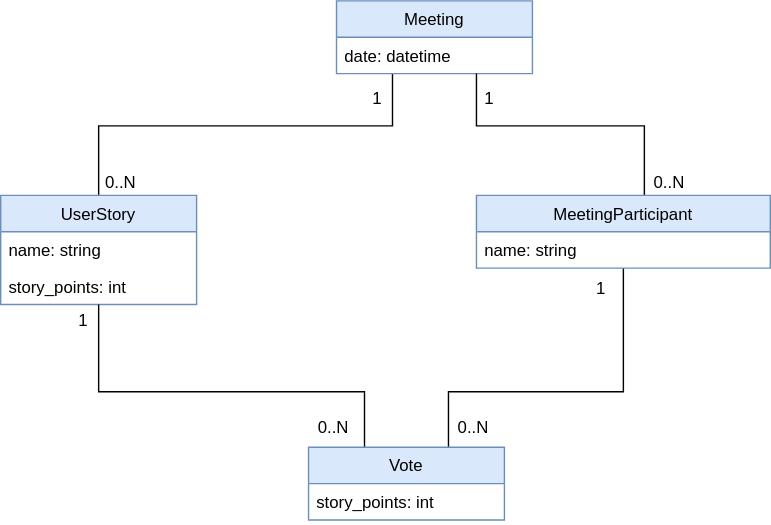
lotcz/nova-nette-presentation keeps this draw.io diagram as scrum-poker/docs/UML.svg. Above is the earlier version. Source tidied: cells renumbered, new cells last; positions are measured from the earlier drawing's top-left corner, leaving out a move shared by most shapes. The source it was exported from:
```xml
<mxGraphModel>
  <root>
    <mxCell id="0" />
    <mxCell id="1" parent="0" />
    <mxCell id="2" style="edgeStyle=orthogonalEdgeStyle;rounded=0;jettySize=auto;html=1;endArrow=none;endFill=0;" parent="1" edge="1" source="5" target="16">
      <mxGeometry relative="1" as="geometry">
        <Array as="points">
          <mxPoint x="70" y="89" />
          <mxPoint x="280" y="89" />
        </Array>
      </mxGeometry>
    </mxCell>
    <mxCell id="3" value="0..N" style="text;html=1;align=center;verticalAlign=middle;labelBackgroundColor=#ffffff;" parent="2" vertex="1">
      <mxGeometry x="-0.71" relative="1" as="geometry">
        <mxPoint x="18" y="32.5" as="offset" />
      </mxGeometry>
    </mxCell>
    <mxCell id="4" value="1" style="text;html=1;align=center;verticalAlign=middle;labelBackgroundColor=#ffffff;" parent="2" vertex="1">
      <mxGeometry x="0.83" y="-1" relative="1" as="geometry">
        <mxPoint x="-11" y="-8.5" as="offset" />
      </mxGeometry>
    </mxCell>
    <mxCell id="5" value="UserStory" style="swimlane;fontStyle=0;horizontal=1;startSize=26;fillColor=#dae8fc;strokeColor=#6c8ebf;" parent="1" vertex="1">
      <mxGeometry y="139" width="140" height="78" as="geometry" />
    </mxCell>
    <mxCell id="6" value="name: string" style="text;strokeColor=none;fillColor=none;align=left;verticalAlign=top;spacingLeft=4;spacingRight=4;overflow=hidden;" parent="5" vertex="1">
      <mxGeometry y="26" width="140" height="26" as="geometry" />
    </mxCell>
    <mxCell id="7" value="story_points: int" style="text;strokeColor=none;fillColor=none;align=left;verticalAlign=top;spacingLeft=4;spacingRight=4;overflow=hidden;" parent="5" vertex="1">
      <mxGeometry y="52" width="140" height="26" as="geometry" />
    </mxCell>
    <mxCell id="8" style="edgeStyle=orthogonalEdgeStyle;rounded=0;jettySize=auto;html=1;endArrow=none;endFill=0;" parent="1" edge="1" source="14" target="5">
      <mxGeometry relative="1" as="geometry">
        <Array as="points">
          <mxPoint x="260" y="279" />
          <mxPoint x="70" y="279" />
        </Array>
      </mxGeometry>
    </mxCell>
    <mxCell id="9" value="1" style="text;html=1;align=center;verticalAlign=middle;labelBackgroundColor=#ffffff;" parent="8" vertex="1">
      <mxGeometry x="0.9" y="2" relative="1" as="geometry">
        <mxPoint x="-8" y="-4.5" as="offset" />
      </mxGeometry>
    </mxCell>
    <mxCell id="10" value="0..N" style="text;html=1;align=center;verticalAlign=middle;labelBackgroundColor=#ffffff;" parent="8" vertex="1">
      <mxGeometry x="-0.87" y="3" relative="1" as="geometry">
        <mxPoint x="-17" y="4" as="offset" />
      </mxGeometry>
    </mxCell>
    <mxCell id="11" style="edgeStyle=orthogonalEdgeStyle;rounded=0;jettySize=auto;html=1;endArrow=none;endFill=0;" parent="1" edge="1" source="14" target="21">
      <mxGeometry relative="1" as="geometry">
        <Array as="points">
          <mxPoint x="320" y="279" />
          <mxPoint x="445" y="279" />
        </Array>
      </mxGeometry>
    </mxCell>
    <mxCell id="12" value="1" style="text;html=1;align=center;verticalAlign=middle;labelBackgroundColor=#ffffff;" parent="11" vertex="1">
      <mxGeometry x="0.92" y="3" relative="1" as="geometry">
        <mxPoint x="-12" y="3.5" as="offset" />
      </mxGeometry>
    </mxCell>
    <mxCell id="13" value="0..N" style="text;html=1;align=center;verticalAlign=middle;labelBackgroundColor=#ffffff;" parent="11" vertex="1">
      <mxGeometry x="-0.87" y="1" relative="1" as="geometry">
        <mxPoint x="21" y="1.5" as="offset" />
      </mxGeometry>
    </mxCell>
    <mxCell id="14" value="Vote" style="swimlane;fontStyle=0;horizontal=1;startSize=26;fillColor=#dae8fc;strokeColor=#6c8ebf;" parent="1" vertex="1">
      <mxGeometry x="220" y="319" width="140" height="52" as="geometry" />
    </mxCell>
    <mxCell id="15" value="story_points: int" style="text;strokeColor=none;fillColor=none;align=left;verticalAlign=top;spacingLeft=4;spacingRight=4;overflow=hidden;" parent="14" vertex="1">
      <mxGeometry y="26" width="140" height="26" as="geometry" />
    </mxCell>
    <mxCell id="16" value="Meeting" style="swimlane;fontStyle=0;horizontal=1;startSize=26;fillColor=#dae8fc;strokeColor=#6c8ebf;" parent="1" vertex="1">
      <mxGeometry x="240" width="140" height="52" as="geometry" />
    </mxCell>
    <mxCell id="17" value="date: datetime" style="text;strokeColor=none;fillColor=none;align=left;verticalAlign=top;spacingLeft=4;spacingRight=4;overflow=hidden;" parent="16" vertex="1">
      <mxGeometry y="26" width="140" height="26" as="geometry" />
    </mxCell>
    <mxCell id="18" style="edgeStyle=orthogonalEdgeStyle;rounded=0;jettySize=auto;html=1;endArrow=none;endFill=0;" parent="1" edge="1" source="21" target="16">
      <mxGeometry relative="1" as="geometry">
        <Array as="points">
          <mxPoint x="460" y="89" />
          <mxPoint x="340" y="89" />
        </Array>
      </mxGeometry>
    </mxCell>
    <mxCell id="19" value="1" style="text;html=1;align=center;verticalAlign=middle;labelBackgroundColor=#ffffff;" parent="18" vertex="1">
      <mxGeometry x="0.93" y="-1" relative="1" as="geometry">
        <mxPoint x="9" y="9" as="offset" />
      </mxGeometry>
    </mxCell>
    <mxCell id="20" value="0..N" style="text;html=1;align=center;verticalAlign=middle;labelBackgroundColor=#ffffff;" parent="18" vertex="1">
      <mxGeometry x="-0.96" y="-2" relative="1" as="geometry">
        <mxPoint x="18" y="-6" as="offset" />
      </mxGeometry>
    </mxCell>
    <mxCell id="21" value="MeetingParticipant" style="swimlane;fontStyle=0;horizontal=1;startSize=26;fillColor=#dae8fc;strokeColor=#6c8ebf;" parent="1" vertex="1">
      <mxGeometry x="340" y="139" width="210" height="52" as="geometry" />
    </mxCell>
    <mxCell id="22" value="name: string" style="text;strokeColor=none;fillColor=none;align=left;verticalAlign=top;spacingLeft=4;spacingRight=4;overflow=hidden;" parent="21" vertex="1">
      <mxGeometry y="26" width="210" height="26" as="geometry" />
    </mxCell>
  </root>
</mxGraphModel>
```
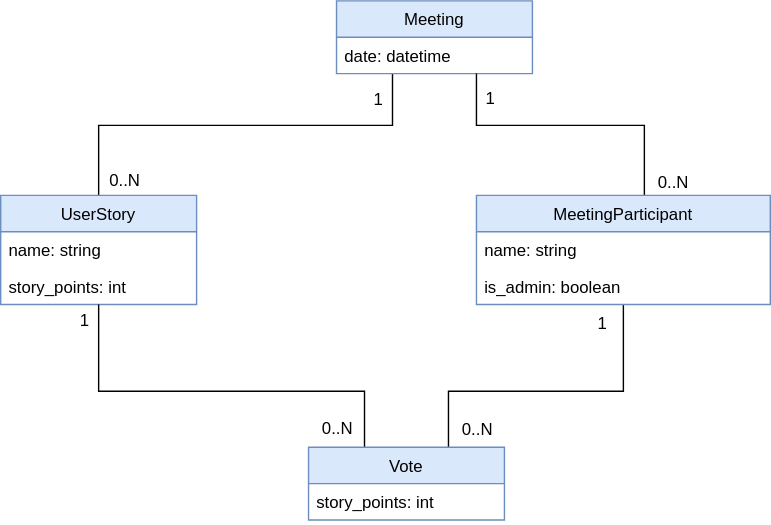
The same file after the commit.

The edit, as a diff of the source:
```diff
@@ -1,4 +1,4 @@
-<mxGraphModel>
+<mxGraphModel background="#ffffff">
   <root>
     <mxCell id="0" />
     <mxCell id="1" parent="0" />
@@ -96,10 +96,13 @@
       </mxGeometry>
     </mxCell>
     <mxCell id="21" value="MeetingParticipant" style="swimlane;fontStyle=0;horizontal=1;startSize=26;fillColor=#dae8fc;strokeColor=#6c8ebf;" parent="1" vertex="1">
-      <mxGeometry x="340" y="139" width="210" height="52" as="geometry" />
+      <mxGeometry x="340" y="139" width="210" height="78" as="geometry" />
     </mxCell>
     <mxCell id="22" value="name: string" style="text;strokeColor=none;fillColor=none;align=left;verticalAlign=top;spacingLeft=4;spacingRight=4;overflow=hidden;" parent="21" vertex="1">
       <mxGeometry y="26" width="210" height="26" as="geometry" />
     </mxCell>
+    <mxCell id="23" value="is_admin: boolean" style="text;strokeColor=none;fillColor=none;align=left;verticalAlign=top;spacingLeft=4;spacingRight=4;overflow=hidden;" parent="21" vertex="1">
+      <mxGeometry y="52" width="210" height="26" as="geometry" />
+    </mxCell>
   </root>
 </mxGraphModel>
```
